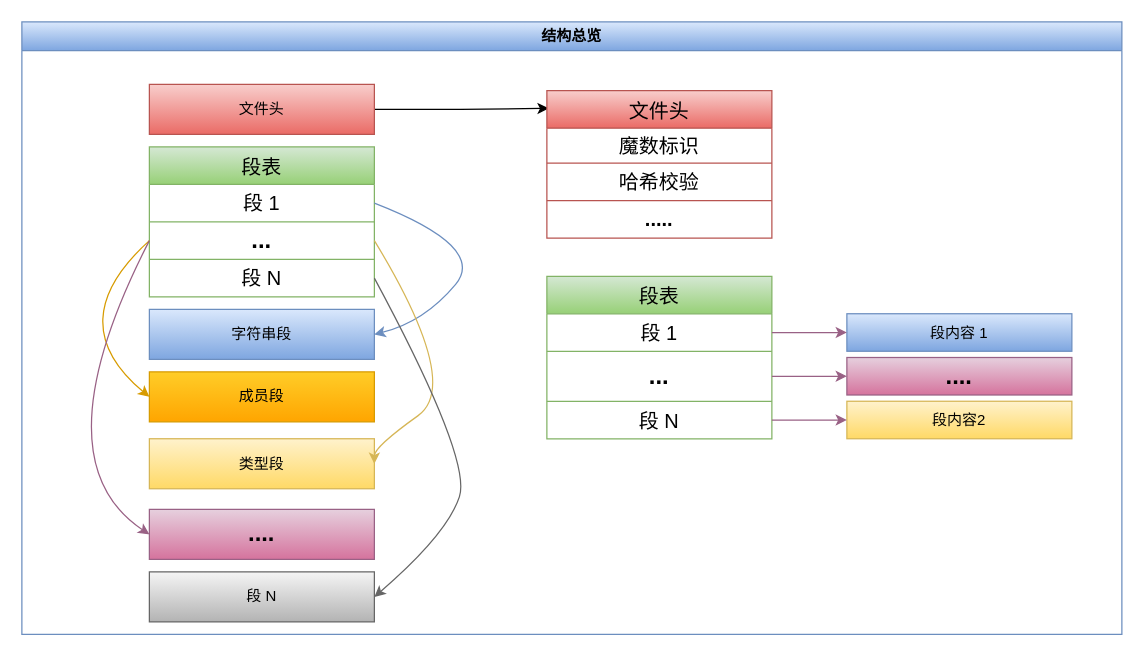
irscript/lang-vm-rt-c keeps this draw.io diagram as page "结构总览" (1 of 14) of content/4_ByteCode/字节码文件图集.drawio. Above is the earlier version. Source tidied: cells renumbered, new cells numbered last; positions are measured from the earlier drawing's top-left corner, leaving out a move shared by most shapes. Both pictures are drawn from the tidied source at 125%, with x=0, y=0 at pixel (21, 21).
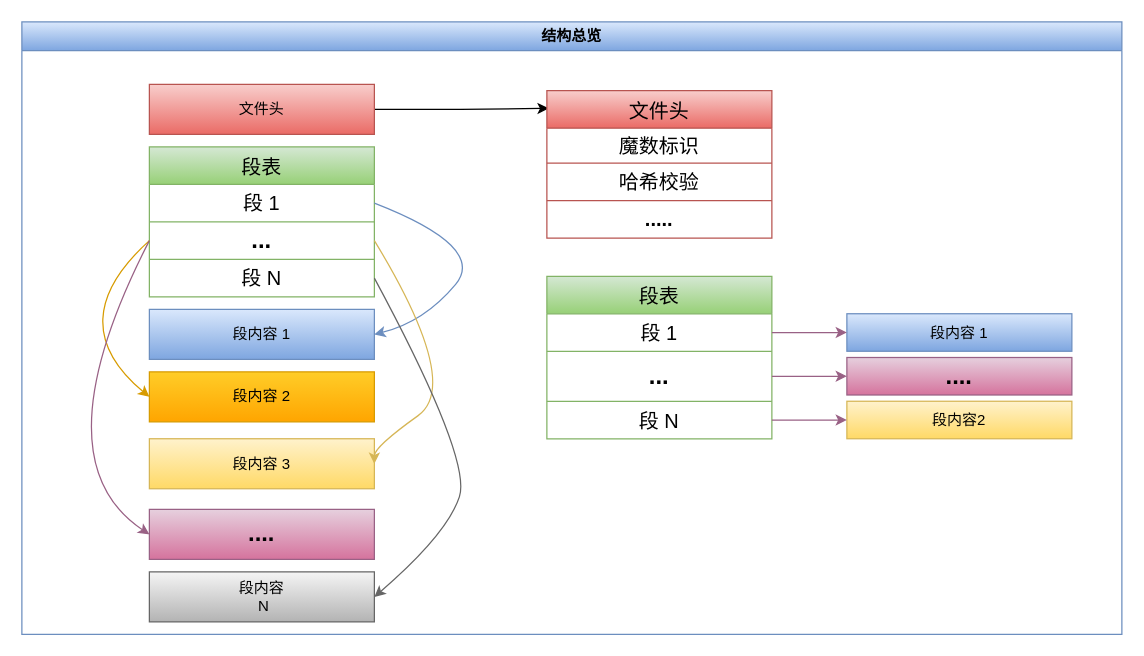
The same diagram, later.

Unchanged cells that the change refers to:
```xml
<mxCell id="2" value="结构总览" style="swimlane;whiteSpace=wrap;html=1;startSize=23;fillColor=#dae8fc;gradientColor=#7ea6e0;strokeColor=#6c8ebf;" parent="1" vertex="1">
  <mxGeometry width="880" height="490" as="geometry" />
</mxCell>
```

The edit, as a diff of the source:
```diff
@@
-    <mxCell id="12" value="字符串段" style="rounded=0;whiteSpace=wrap;html=1;fillColor=#dae8fc;gradientColor=#7ea6e0;strokeColor=#6c8ebf;" parent="2" vertex="1">
+    <mxCell id="12" value="段内容 1" style="rounded=0;whiteSpace=wrap;html=1;fillColor=#dae8fc;gradientColor=#7ea6e0;strokeColor=#6c8ebf;" parent="2" vertex="1">
       <mxGeometry x="102" y="230" width="180" height="40" as="geometry" />
     </mxCell>
-    <mxCell id="13" value="成员段" style="rounded=0;whiteSpace=wrap;html=1;fillColor=#ffcd28;gradientColor=#ffa500;strokeColor=#d79b00;" parent="2" vertex="1">
+    <mxCell id="13" value="段内容 2" style="rounded=0;whiteSpace=wrap;html=1;fillColor=#ffcd28;gradientColor=#ffa500;strokeColor=#d79b00;" parent="2" vertex="1">
       <mxGeometry x="102" y="280" width="180" height="40" as="geometry" />
     </mxCell>
-    <mxCell id="14" value="类型段" style="rounded=0;whiteSpace=wrap;html=1;fillColor=#fff2cc;gradientColor=#ffd966;strokeColor=#d6b656;" parent="2" vertex="1">
+    <mxCell id="14" value="段内容 3" style="rounded=0;whiteSpace=wrap;html=1;fillColor=#fff2cc;gradientColor=#ffd966;strokeColor=#d6b656;" parent="2" vertex="1">
       <mxGeometry x="102" y="333.5" width="180" height="40" as="geometry" />
     </mxCell>
@@
-    <mxCell id="16" value="段&amp;nbsp;N" style="rounded=0;whiteSpace=wrap;html=1;fillColor=#f5f5f5;gradientColor=#b3b3b3;strokeColor=#666666;" parent="2" vertex="1">
+    <mxCell id="16" value="段内容&lt;br&gt;&amp;nbsp;N" style="rounded=0;whiteSpace=wrap;html=1;fillColor=#f5f5f5;gradientColor=#b3b3b3;strokeColor=#666666;" parent="2" vertex="1">
       <mxGeometry x="102" y="440" width="180" height="40" as="geometry" />
     </mxCell>
```
